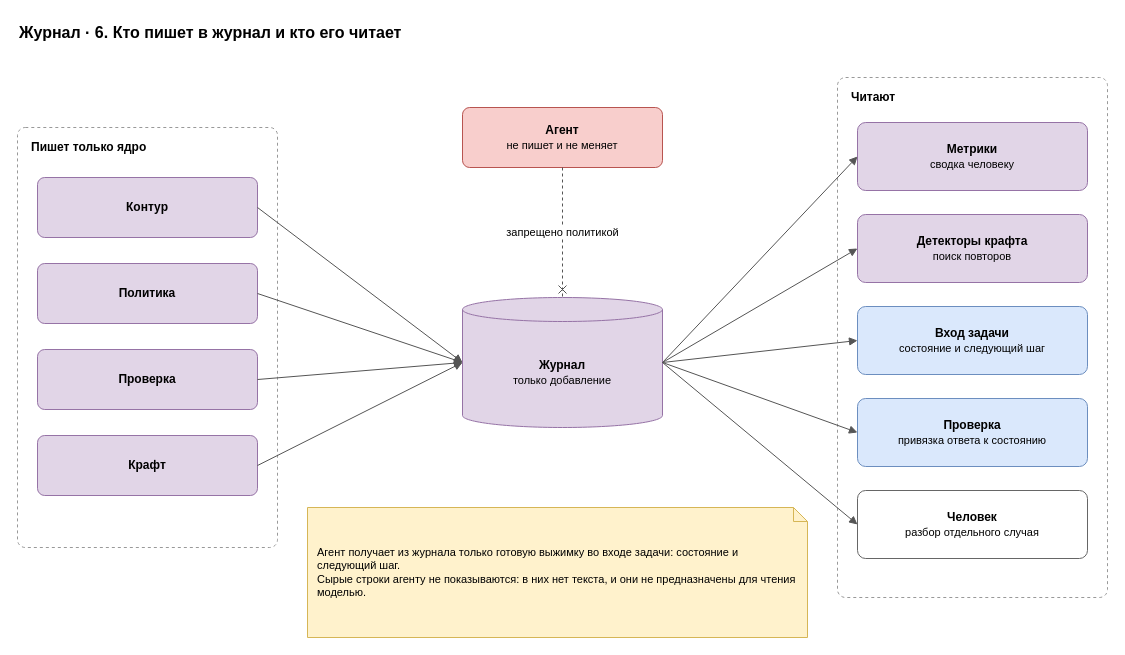
roygkov/reins keeps this draw.io diagram as page "6. Кто пишет и читает" (6 of 6) of docs/spec/harness-journal.drawio. Above is the earlier version. Source tidied: cells renumbered, new cells numbered last; positions are measured from the earlier drawing's top-left corner, leaving out a move shared by most shapes. Both pictures are drawn from the tidied source at 100%, with x=0, y=0 at pixel (17, 17).
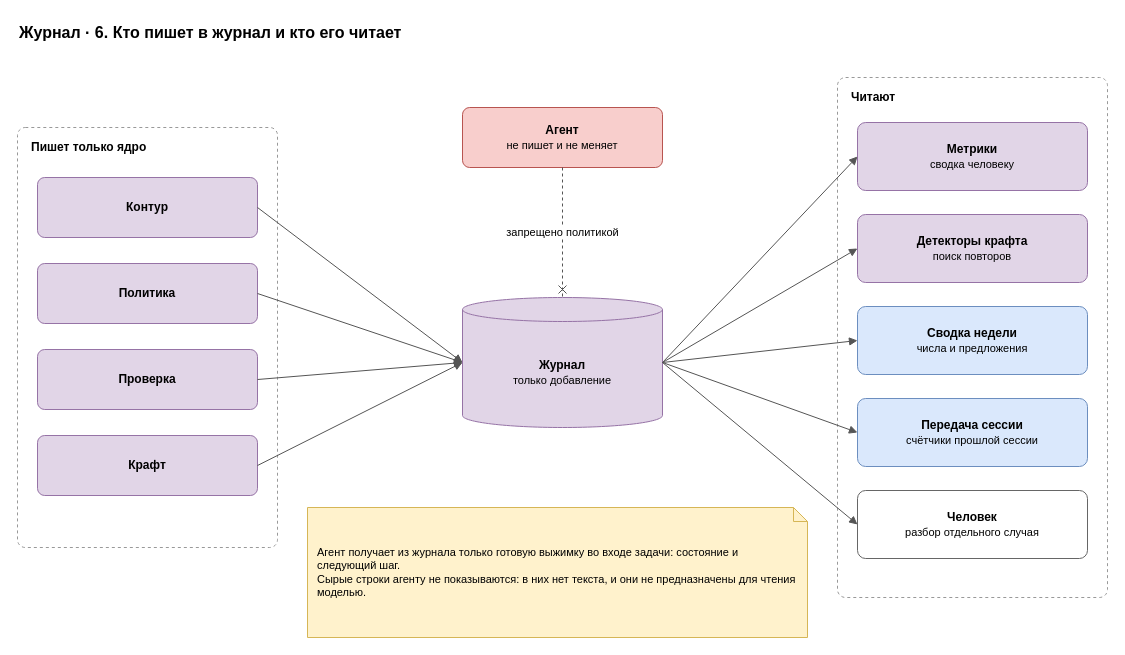
The same diagram, later.

Change to the diagram source:
```diff
@@
-    <mxCell id="12" value="&lt;b&gt;Вход задачи&lt;/b&gt;&lt;br&gt;&lt;font style=&quot;font-size:11px&quot;&gt;состояние и следующий шаг&lt;/font&gt;" style="rounded=1;whiteSpace=wrap;html=1;fillColor=#dae8fc;strokeColor=#6c8ebf;arcSize=12;" parent="1" vertex="1">
+    <mxCell id="12" value="&lt;b&gt;Сводка недели&lt;/b&gt;&lt;br&gt;&lt;font style=&quot;font-size:11px&quot;&gt;числа и предложения&lt;/font&gt;" style="rounded=1;whiteSpace=wrap;html=1;fillColor=#dae8fc;strokeColor=#6c8ebf;arcSize=12;" parent="1" vertex="1">
       <mxGeometry x="840" y="289" width="230" height="68" as="geometry" />
     </mxCell>
-    <mxCell id="13" value="&lt;b&gt;Проверка&lt;/b&gt;&lt;br&gt;&lt;font style=&quot;font-size:11px&quot;&gt;привязка ответа к состоянию&lt;/font&gt;" style="rounded=1;whiteSpace=wrap;html=1;fillColor=#dae8fc;strokeColor=#6c8ebf;arcSize=12;" parent="1" vertex="1">
+    <mxCell id="13" value="&lt;b&gt;Передача сессии&lt;/b&gt;&lt;br&gt;&lt;font style=&quot;font-size:11px&quot;&gt;счётчики прошлой сессии&lt;/font&gt;" style="rounded=1;whiteSpace=wrap;html=1;fillColor=#dae8fc;strokeColor=#6c8ebf;arcSize=12;" parent="1" vertex="1">
       <mxGeometry x="840" y="381" width="230" height="68" as="geometry" />
     </mxCell>
```
